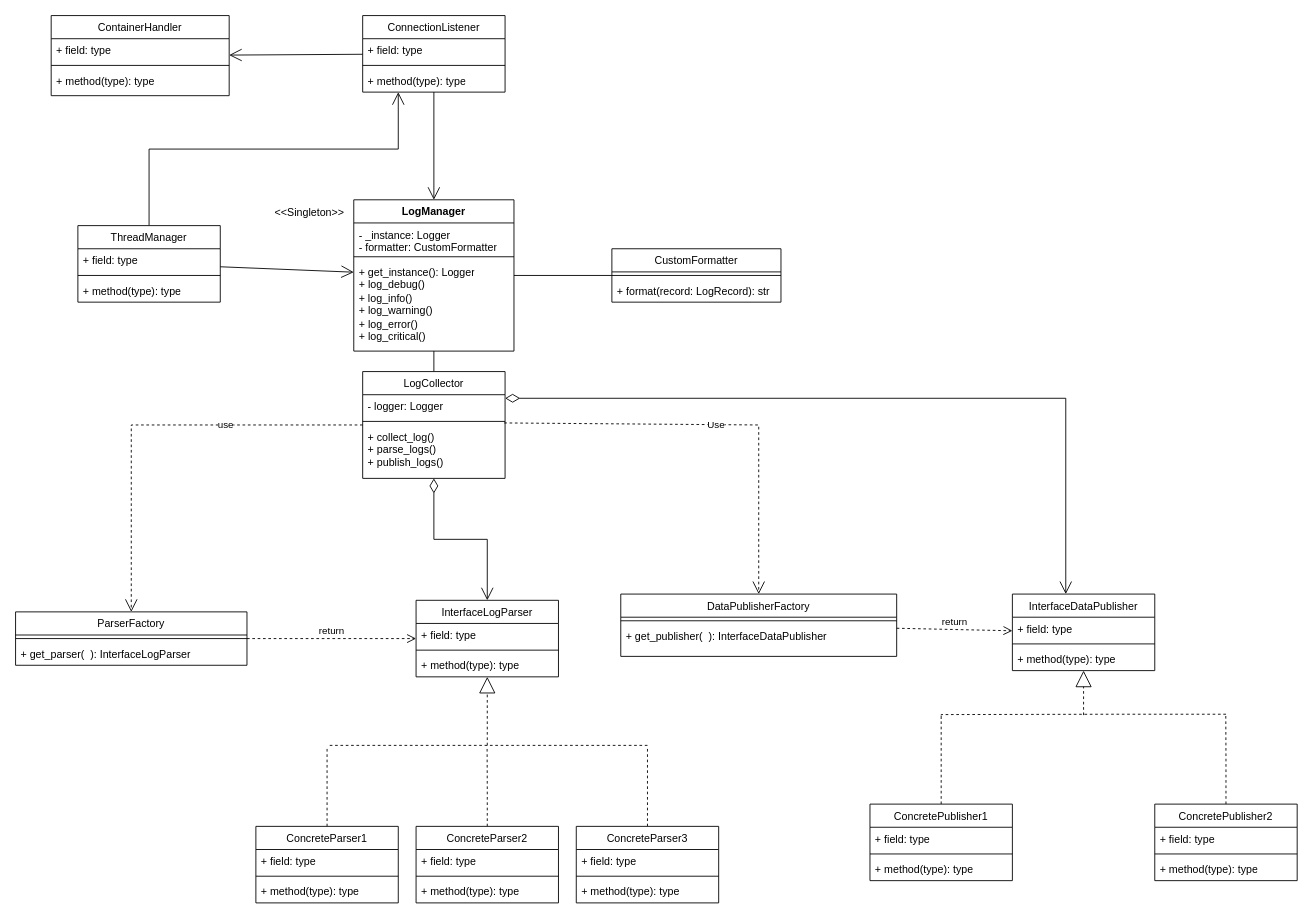
Above: page "Diagramma delle classi Logger" (3 of 3) of Diagrammi.drawio in Peric01/Documentazione-Stage-Eurosystem (draw.io), before the change. Source tidied: cells renumbered, new cells numbered last; positions are measured from the earlier drawing's top-left corner, leaving out a move shared by most shapes. Both pictures are drawn from the tidied source at 89%, with x=0, y=0 at pixel (15, 15).
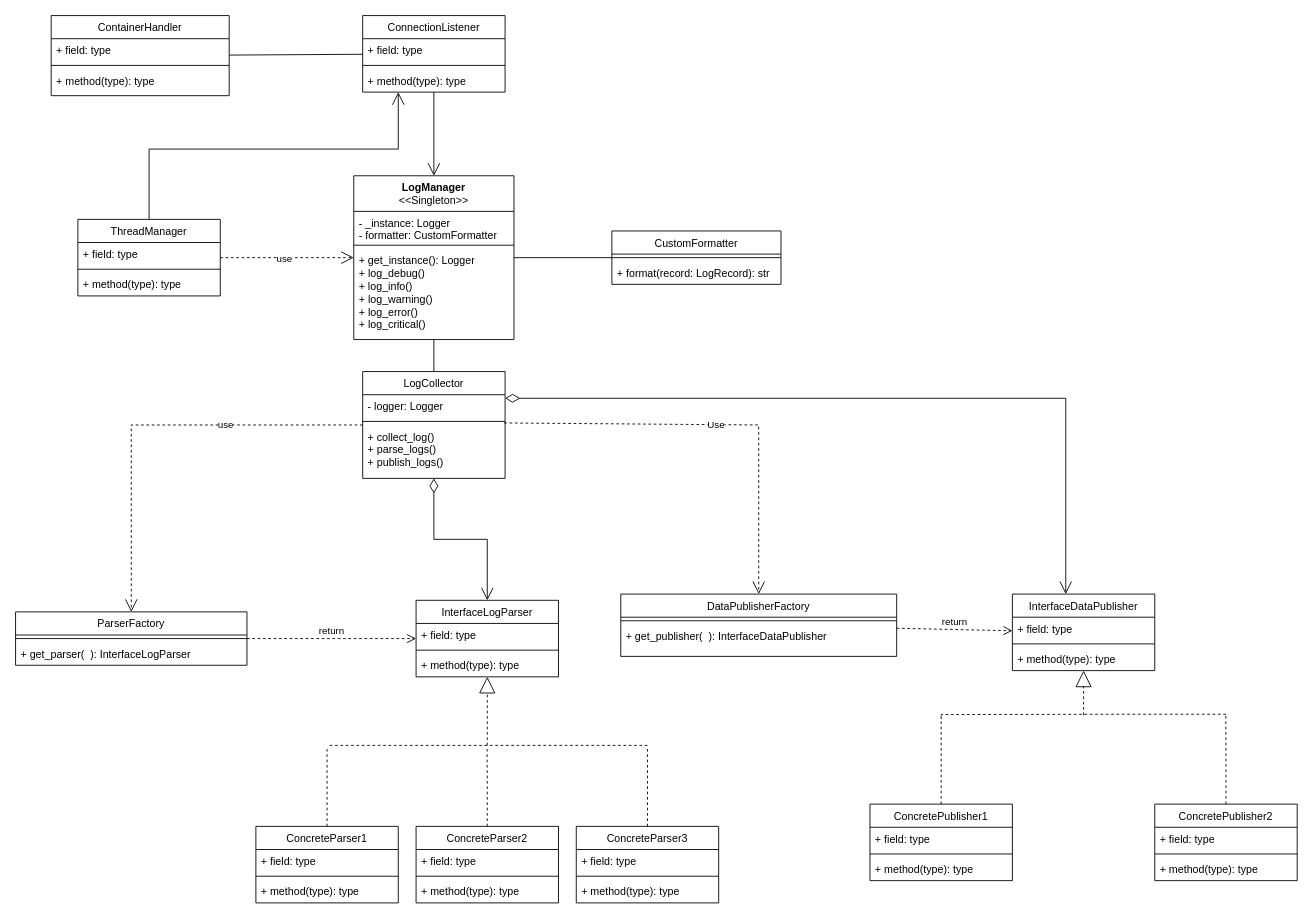
The same diagram, later.

Commit message:
Diagramma delle classi

The change refers to these unchanged cells:
```xml
<mxCell id="34" value="&lt;span style=&quot;font-weight: 400;&quot;&gt;ConnectionListener&lt;/span&gt;" style="swimlane;fontStyle=1;align=center;verticalAlign=top;horizontal=1;startSize=26;whiteSpace=wrap;html=1;" parent="1" vertex="1">
  <mxGeometry x="390" width="160" height="86" as="geometry" />
</mxCell>
<mxCell id="38" value="&lt;span style=&quot;font-weight: 400;&quot;&gt;ContainerHandler&lt;/span&gt;" style="swimlane;fontStyle=1;align=center;verticalAlign=top;horizontal=1;startSize=26;whiteSpace=wrap;html=1;" parent="1" vertex="1">
  <mxGeometry x="40" width="200" height="90" as="geometry" />
</mxCell>
```

What changed in the source:
```diff
@@
-    <mxCell id="13" style="endArrow=open;endFill=1;endSize=12;html=1;rounded=0;" parent="1" edge="1" source="34" target="38">
-      <mxGeometry relative="1" as="geometry" />
-    </mxCell>
@@
-    <mxCell id="22" value="&amp;lt;&amp;lt;Singleton&amp;gt;&amp;gt;" style="text;html=1;align=center;verticalAlign=middle;strokeColor=none;fillColor=none;" parent="1" vertex="1">
-      <mxGeometry x="280" y="207" width="100" height="30" as="geometry" />
-    </mxCell>
-    <mxCell id="23" value="LogManager" style="swimlane;fontStyle=1;align=center;verticalAlign=top;horizontal=1;startSize=26;whiteSpace=wrap;html=1;" parent="1" vertex="1">
-      <mxGeometry x="380" y="207" width="180" height="170" as="geometry" />
+    <mxCell id="23" value="LogManager&lt;div&gt;&lt;span style=&quot;font-weight: 400; text-wrap-mode: nowrap;&quot;&gt;&amp;lt;&amp;lt;Singleton&amp;gt;&amp;gt;&lt;/span&gt;&lt;/div&gt;" style="swimlane;fontStyle=1;align=center;verticalAlign=top;horizontal=1;startSize=40;whiteSpace=wrap;html=1;" parent="1" vertex="1">
+      <mxGeometry x="380" y="180" width="180" height="184" as="geometry" />
     </mxCell>
     <mxCell id="24" value="- _instance: Logger&lt;div&gt;- formatter: CustomFormatter&lt;/div&gt;" style="text;strokeColor=none;fillColor=none;align=left;verticalAlign=top;spacingLeft=4;spacingRight=4;overflow=hidden;whiteSpace=wrap;html=1;" parent="23" vertex="1">
-      <mxGeometry y="26" width="180" height="34" as="geometry" />
+      <mxGeometry y="40" width="180" height="34" as="geometry" />
     </mxCell>
     <mxCell id="25" style="line;strokeWidth=1;fillColor=none;align=left;verticalAlign=middle;spacingTop=-1;spacingLeft=3;spacingRight=3;labelPosition=right;strokeColor=inherit;" parent="23" vertex="1">
-      <mxGeometry y="60" width="180" height="8" as="geometry" />
+      <mxGeometry y="74" width="180" height="8" as="geometry" />
     </mxCell>
     <mxCell id="26" value="+ get_instance(): Logger&lt;div&gt;&lt;div&gt;+&amp;nbsp;&lt;span style=&quot;background-color: transparent; color: light-dark(rgb(0, 0, 0), rgb(255, 255, 255));&quot;&gt;log_debug()&lt;/span&gt;&lt;/div&gt;&lt;/div&gt;&lt;div&gt;+ log_info(&lt;span style=&quot;background-color: transparent; color: light-dark(rgb(0, 0, 0), rgb(255, 255, 255));&quot;&gt;)&lt;/span&gt;&lt;/div&gt;&lt;div&gt;+&amp;nbsp;&lt;span style=&quot;background-color: transparent; color: light-dark(rgb(0, 0, 0), rgb(255, 255, 255));&quot;&gt;log_warning(&lt;/span&gt;&lt;span style=&quot;background-color: transparent; color: light-dark(rgb(0, 0, 0), rgb(255, 255, 255));&quot;&gt;)&lt;/span&gt;&lt;/div&gt;&lt;div&gt;+&amp;nbsp;&lt;span style=&quot;color: light-dark(rgb(0, 0, 0), rgb(255, 255, 255)); background-color: transparent;&quot;&gt;log_error(&lt;/span&gt;&lt;span style=&quot;background-color: transparent; color: light-dark(rgb(0, 0, 0), rgb(255, 255, 255));&quot;&gt;)&lt;/span&gt;&lt;/div&gt;&lt;div&gt;&lt;div&gt;+&amp;nbsp;&lt;span style=&quot;background-color: transparent; color: light-dark(rgb(0, 0, 0), rgb(255, 255, 255));&quot;&gt;log_critical(&lt;/span&gt;&lt;span style=&quot;background-color: transparent; color: light-dark(rgb(0, 0, 0), rgb(255, 255, 255));&quot;&gt;)&lt;/span&gt;&lt;/div&gt;&lt;/div&gt;" style="text;strokeColor=none;fillColor=none;align=left;verticalAlign=top;spacingLeft=4;spacingRight=4;overflow=hidden;whiteSpace=wrap;html=1;" parent="23" vertex="1">
-      <mxGeometry y="68" width="180" height="102" as="geometry" />
+      <mxGeometry y="82" width="180" height="102" as="geometry" />
     </mxCell>
     <mxCell id="27" value="&lt;span style=&quot;font-weight: 400;&quot;&gt;CustomFormatter&lt;/span&gt;" style="swimlane;fontStyle=1;align=center;verticalAlign=top;horizontal=1;startSize=26;whiteSpace=wrap;html=1;" parent="1" vertex="1">
-      <mxGeometry x="670" y="262" width="190" height="60" as="geometry" />
+      <mxGeometry x="670" y="242" width="190" height="60" as="geometry" />
     </mxCell>
@@
     <mxCell id="30" value="&lt;span style=&quot;font-weight: 400;&quot;&gt;ThreadManager&lt;/span&gt;" style="swimlane;fontStyle=1;align=center;verticalAlign=top;horizontal=1;startSize=26;whiteSpace=wrap;html=1;" parent="1" vertex="1">
-      <mxGeometry x="70" y="236" width="160" height="86" as="geometry" />
+      <mxGeometry x="70" y="229" width="160" height="86" as="geometry" />
     </mxCell>
@@
-    <mxCell id="81" style="endArrow=open;endFill=1;endSize=12;html=1;rounded=0;" parent="1" edge="1" source="30" target="23">
+    <mxCell id="81" style="endArrow=open;endFill=1;endSize=12;html=1;rounded=0;dashed=1;" parent="1" edge="1" source="30" target="23">
       <mxGeometry relative="1" as="geometry" />
     </mxCell>
+    <mxCell id="82" value="use" style="edgeLabel;html=1;align=center;verticalAlign=middle;" parent="81" vertex="1">
+      <mxGeometry x="-0.06" relative="1" as="geometry" />
+    </mxCell>
+    <mxCell id="83" style="endArrow=none;html=1;rounded=0;" parent="1" edge="1" source="38" target="34">
+      <mxGeometry relative="1" as="geometry" />
+    </mxCell>
```
